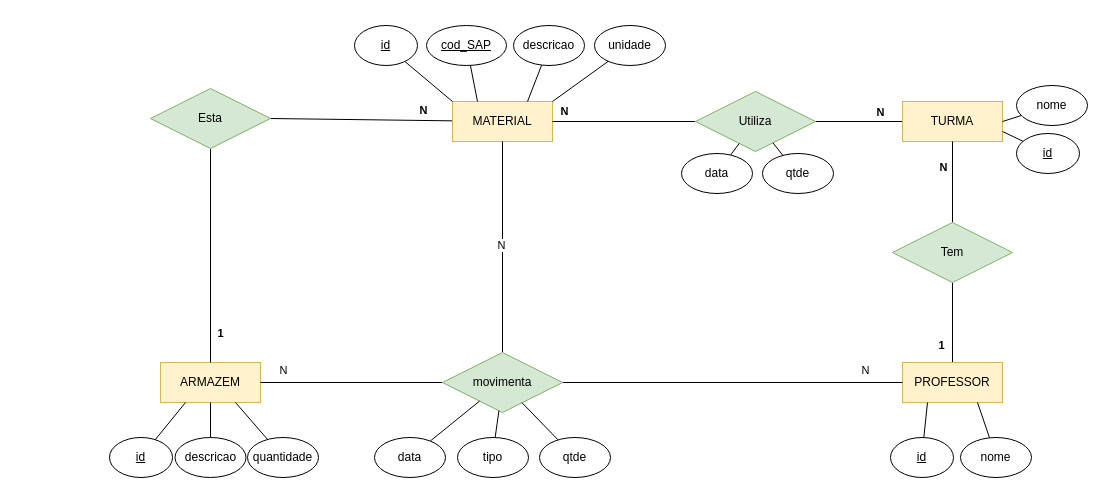
Earlier version of the draw.io diagram ModelosDb/Oficinamec_v1.drawio.xml (FelipeOropeza/OficinaMecanicaSenai). Source tidied: cells renumbered, new cells numbered last; positions are measured from the earlier drawing's top-left corner, leaving out a move shared by most shapes. Both pictures are drawn from the tidied source at 100%, with x=0, y=0 at pixel (109, 25).
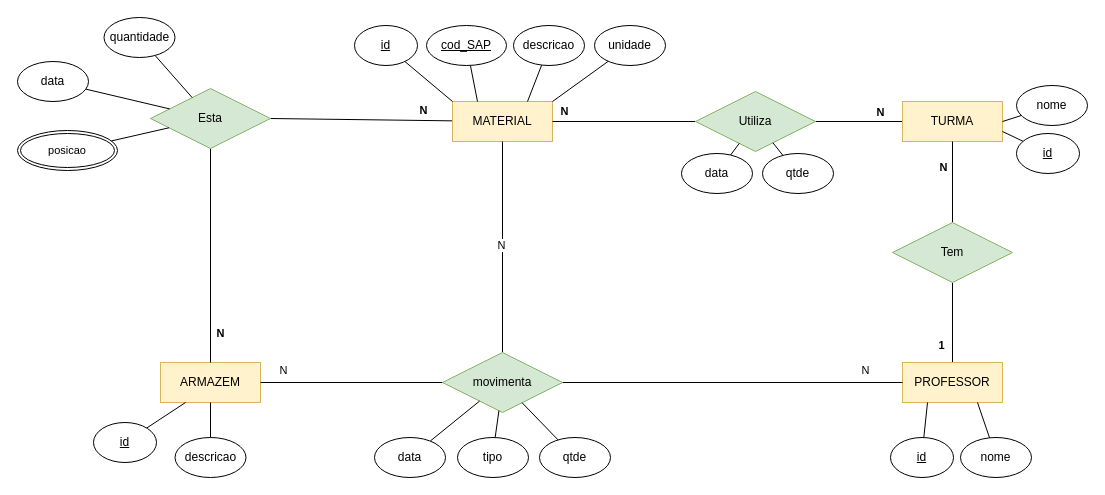
The same page after the edit.

The change refers to these unchanged cells:
```xml
<mxCell id="5" value="ARMAZEM" style="whiteSpace=wrap;html=1;align=center;fillColor=#fff2cc;strokeColor=#d6b656;" parent="1" vertex="1">
  <mxGeometry x="51" y="337" width="100" height="40" as="geometry" />
</mxCell>
<mxCell id="12" style="edgeStyle=none;rounded=0;jettySize=auto;html=1;entryX=0.5;entryY=0;entryDx=0;entryDy=0;strokeColor=default;align=center;verticalAlign=middle;fontFamily=Helvetica;fontSize=11;fontColor=default;labelBackgroundColor=default;endArrow=none;endFill=0;exitX=0.5;exitY=1;exitDx=0;exitDy=0;" parent="1" edge="1" source="14" target="5">
  <mxGeometry relative="1" as="geometry" />
</mxCell>
<mxCell id="14" value="Esta" style="shape=rhombus;perimeter=rhombusPerimeter;whiteSpace=wrap;html=1;align=center;fillColor=#d5e8d4;strokeColor=#82b366;" parent="1" vertex="1">
  <mxGeometry x="41" y="63" width="120" height="60" as="geometry" />
</mxCell>
```

Diff of the diagram source:
```diff
@@
-    <mxCell id="13" value="1" style="edgeLabel;html=1;align=center;verticalAlign=middle;fontFamily=Helvetica;fontSize=11;fontColor=default;labelBackgroundColor=default;fontStyle=1;" parent="12" vertex="1">
+    <mxCell id="13" value="N" style="edgeLabel;html=1;align=center;verticalAlign=middle;fontFamily=Helvetica;fontSize=11;fontColor=default;labelBackgroundColor=default;fontStyle=1;" parent="12" vertex="1">
       <mxGeometry x="-0.27" y="2" relative="1" as="geometry">
         <mxPoint x="7" y="106" as="offset" />
       </mxGeometry>
     </mxCell>
@@
     <mxCell id="25" value="id" style="ellipse;whiteSpace=wrap;html=1;align=center;fontStyle=4;" parent="1" vertex="1">
-      <mxGeometry y="412" width="63" height="40" as="geometry" />
+      <mxGeometry x="-16" y="397" width="63" height="40" as="geometry" />
     </mxCell>
@@
-    <mxCell id="38" style="edgeStyle=none;rounded=0;jettySize=auto;html=1;entryX=0.75;entryY=1;entryDx=0;entryDy=0;strokeColor=default;align=center;verticalAlign=middle;fontFamily=Helvetica;fontSize=11;fontColor=default;labelBackgroundColor=default;endArrow=none;endFill=0;" parent="1" edge="1" source="39" target="5">
+    <mxCell id="38" style="edgeStyle=none;rounded=0;jettySize=auto;html=1;strokeColor=default;align=center;verticalAlign=middle;fontFamily=Helvetica;fontSize=11;fontColor=default;labelBackgroundColor=default;endArrow=none;endFill=0;" parent="1" edge="1" source="39" target="14">
       <mxGeometry relative="1" as="geometry" />
     </mxCell>
     <mxCell id="39" value="quantidade" style="ellipse;whiteSpace=wrap;html=1;align=center;" parent="1" vertex="1">
-      <mxGeometry x="138" y="412" width="71" height="40" as="geometry" />
+      <mxGeometry x="-5.5" y="-8" width="71" height="40" as="geometry" />
     </mxCell>
@@
+    <mxCell id="60" style="edgeStyle=none;rounded=0;jettySize=auto;html=1;strokeColor=default;align=center;verticalAlign=middle;fontFamily=Helvetica;fontSize=11;fontColor=default;labelBackgroundColor=default;endArrow=none;endFill=0;" parent="1" edge="1" source="61" target="14">
+      <mxGeometry relative="1" as="geometry" />
+    </mxCell>
+    <mxCell id="61" value="data" style="ellipse;whiteSpace=wrap;html=1;align=center;" parent="1" vertex="1">
+      <mxGeometry x="-92" y="36" width="71" height="40" as="geometry" />
+    </mxCell>
+    <mxCell id="62" style="edgeStyle=none;rounded=0;jettySize=auto;html=1;strokeColor=default;align=center;verticalAlign=middle;fontFamily=Helvetica;fontSize=11;fontColor=default;labelBackgroundColor=default;endArrow=none;endFill=0;" parent="1" edge="1" source="63" target="14">
+      <mxGeometry relative="1" as="geometry" />
+    </mxCell>
+    <mxCell id="63" value="posicao" style="ellipse;shape=doubleEllipse;margin=3;whiteSpace=wrap;html=1;align=center;fontFamily=Helvetica;fontSize=11;fontColor=default;labelBackgroundColor=default;" parent="1" vertex="1">
+      <mxGeometry x="-92" y="105" width="100" height="40" as="geometry" />
+    </mxCell>
```
